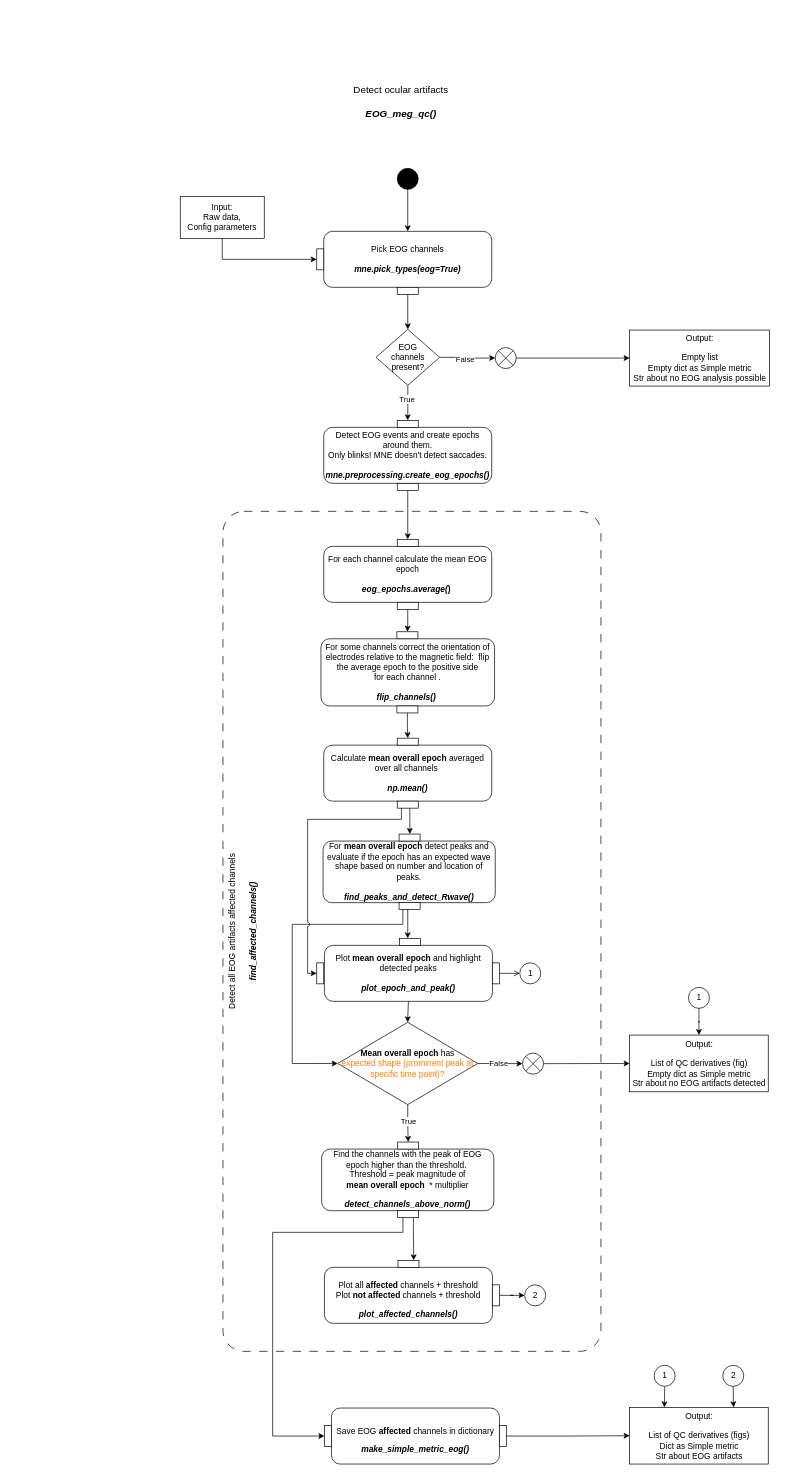
Above: diagrams/_EOG_UML2.5.drawio in oldgandalf/MEGqcJorge (draw.io), before the change. Source tidied: cells renumbered, new cells numbered last; positions are measured from the earlier drawing's top-left corner, leaving out a move shared by most shapes. Both pictures are drawn from the tidied source at 70%, with x=0, y=0 at pixel (12, 84).
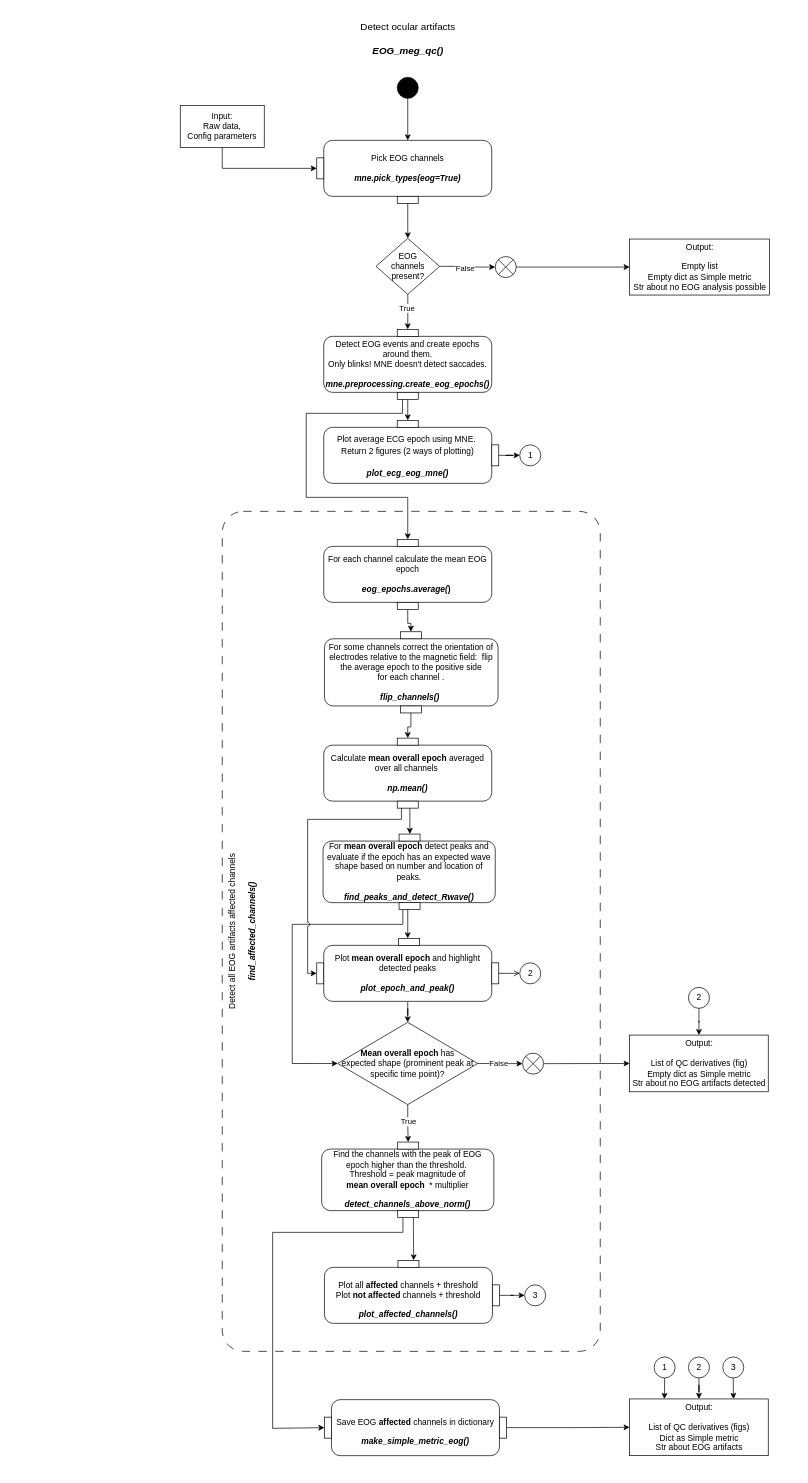
The same page after the edit.

The change refers to these unchanged cells:
```xml
<mxCell id="9" value="pinIn 2" style="fontStyle=0;labelPosition=left;verticalLabelPosition=middle;align=right;verticalAlign=middle;spacingLeft=2;fontFamily=Helvetica;fontSize=12;flipH=0;noLabel=1;" parent="7" vertex="1">
  <mxGeometry y="25" width="10" height="30" as="geometry" />
</mxCell>
<mxCell id="21" value="pinOut 2" style="fontStyle=0;labelPosition=center;verticalLabelPosition=bottom;align=center;verticalAlign=top;spacingLeft=2;fontFamily=Helvetica;fontSize=12;noLabel=1;" parent="19" vertex="1">
  <mxGeometry x="105" y="90" width="30" height="10" as="geometry" />
</mxCell>
<mxCell id="31" value="pinOut 2" style="fontStyle=0;labelPosition=center;verticalLabelPosition=bottom;align=center;verticalAlign=top;spacingLeft=2;fontFamily=Helvetica;fontSize=12;noLabel=1;" parent="29" vertex="1">
  <mxGeometry x="107.6" y="99" width="30" height="10" as="geometry" />
</mxCell>
<mxCell id="49" value="pinOut 1" style="fontStyle=0;labelPosition=right;verticalLabelPosition=middle;align=left;verticalAlign=middle;spacingLeft=2;fontFamily=Helvetica;fontSize=12;noLabel=1;" parent="44" vertex="1">
  <mxGeometry y="35" width="10" height="30" as="geometry" />
</mxCell>
<mxCell id="55" value="pinIn 1" style="fontStyle=0;labelPosition=center;verticalLabelPosition=top;align=center;verticalAlign=bottom;spacingLeft=2;fontFamily=Helvetica;fontSize=12;noLabel=1;" parent="52" vertex="1">
  <mxGeometry x="105" width="30" height="10" as="geometry" />
</mxCell>
```

What changed in the source:
```diff
@@
     <mxCell id="2" value="&lt;font style=&quot;font-size: 14px;&quot;&gt;&lt;span style=&quot;font-weight: normal;&quot;&gt;Detect ocular artifacts&lt;/span&gt;&lt;br&gt;&lt;i&gt;EOG_meg_qc()&lt;/i&gt;&lt;br&gt;&lt;/font&gt;" style="text;strokeColor=none;fillColor=none;html=1;fontSize=28;fontStyle=1;verticalAlign=middle;align=center;" parent="1" vertex="1">
-      <mxGeometry width="1110" height="40" as="geometry" />
+      <mxGeometry x="10" y="-90" width="1110" height="40" as="geometry" />
     </mxCell>
     <mxCell id="3" style="edgeStyle=orthogonalEdgeStyle;rounded=0;jettySize=auto;html=1;entryX=0;entryY=0.5;entryDx=0;entryDy=0;" parent="1" edge="1" source="4" target="9">
       <mxGeometry relative="1" as="geometry">
         <Array as="points">
-          <mxPoint x="300" y="250" />
+          <mxPoint x="300" y="120" />
         </Array>
       </mxGeometry>
     </mxCell>
     <mxCell id="4" value="Input:&lt;br style=&quot;border-color: var(--border-color);&quot;&gt;Raw data,&lt;br&gt;Config parameters" style="rounded=0;whiteSpace=wrap;html=1;" parent="1" vertex="1">
-      <mxGeometry x="240" y="160" width="120" height="60" as="geometry" />
+      <mxGeometry x="240" y="30" width="120" height="60" as="geometry" />
     </mxCell>
@@
     <mxCell id="6" style="ellipse;fillColor=strokeColor;" parent="1" vertex="1">
-      <mxGeometry x="550" y="120" width="30" height="30" as="geometry" />
+      <mxGeometry x="550" y="-10" width="30" height="30" as="geometry" />
     </mxCell>
     <mxCell id="7" style="group;flipV=1;" parent="1" vertex="1">
-      <mxGeometry x="435" y="210" width="250" height="90" as="geometry" />
+      <mxGeometry x="435" y="80" width="250" height="90" as="geometry" />
     </mxCell>
@@
     <mxCell id="15" value="EOG &lt;br&gt;channels present?" style="rhombus;whiteSpace=wrap;html=1;fontFamily=Helvetica;fontColor=#000000;" parent="1" vertex="1">
-      <mxGeometry x="519.6" y="350" width="90.9" height="80" as="geometry" />
+      <mxGeometry x="519.6" y="220" width="90.9" height="80" as="geometry" />
     </mxCell>
@@
     <mxCell id="18" style="shape=sumEllipse;perimeter=ellipsePerimeter;whiteSpace=wrap;html=1;backgroundOutline=1;" parent="1" vertex="1">
-      <mxGeometry x="690" y="376" width="30" height="30" as="geometry" />
+      <mxGeometry x="690" y="246" width="30" height="30" as="geometry" />
     </mxCell>
     <mxCell id="19" style="group;spacingLeft=5;spacingRight=2;whiteSpace=wrap;" parent="1" vertex="1">
-      <mxGeometry x="445" y="480" width="240" height="100" as="geometry" />
+      <mxGeometry x="445" y="350" width="240" height="100" as="geometry" />
     </mxCell>
@@
-    <mxCell id="27" value="&lt;b&gt;Mean overall epoch&lt;/b&gt; has &lt;br&gt;&lt;font color=&quot;#ff7d26&quot;&gt;expected&lt;/font&gt; &lt;font color=&quot;#ff8000&quot;&gt;shape (prominent peak at specific time point)?&lt;/font&gt;" style="rhombus;html=1;fontSize=12;whiteSpace=wrap;" parent="1" vertex="1">
+    <mxCell id="27" value="&lt;b&gt;Mean overall epoch&lt;/b&gt; has &lt;br&gt;expected shape (prominent peak at specific time point)?" style="rhombus;html=1;fontSize=12;whiteSpace=wrap;" parent="1" vertex="1">
       <mxGeometry x="465" y="1340" width="200" height="117.5" as="geometry" />
     </mxCell>
@@
-    <mxCell id="39" value="2" style="ellipse;html=1;" parent="1" vertex="1">
+    <mxCell id="39" value="3" style="ellipse;html=1;" parent="1" vertex="1">
       <mxGeometry x="732" y="1715" width="30" height="30" as="geometry" />
     </mxCell>
@@
     <mxCell id="41" value="Output:&lt;br&gt;&lt;br&gt;Empty list&lt;br&gt;Empty dict as Simple metric&lt;br&gt;Str about no EOG analysis possible" style="html=1;dashed=0;fontFamily=Helvetica;fontSize=12;fontColor=rgb(0, 0, 0);align=center;strokeColor=rgb(0, 0, 0);fillColor=rgb(255, 255, 255);" parent="1" vertex="1">
-      <mxGeometry x="882" y="351" width="200" height="80" as="geometry" />
+      <mxGeometry x="882" y="221" width="200" height="80" as="geometry" />
     </mxCell>
-    <mxCell id="42" style="edgeStyle=orthogonalEdgeStyle;rounded=0;jettySize=auto;html=1;" parent="1" edge="1" source="21" target="55">
-      <mxGeometry relative="1" as="geometry" />
-    </mxCell>
     <mxCell id="43" style="edgeStyle=orthogonalEdgeStyle;rounded=0;jettySize=auto;html=1;exitX=0.25;exitY=1;exitDx=0;exitDy=0;entryX=0;entryY=0.5;entryDx=0;entryDy=0;" parent="1" edge="1" source="31" target="49">
       <mxGeometry relative="1" as="geometry">
         <Array as="points">
-          <mxPoint x="559" y="1640" />
+          <mxPoint x="558" y="1640" />
           <mxPoint x="372" y="1640" />
-          <mxPoint x="372" y="1931" />
+          <mxPoint x="372" y="1920" />
         </Array>
       </mxGeometry>
     </mxCell>
     <mxCell id="44" style="group;" parent="1" vertex="1">
-      <mxGeometry x="446" y="1881" width="260" height="100" as="geometry" />
+      <mxGeometry x="446" y="1869" width="260" height="100" as="geometry" />
     </mxCell>
@@
     <mxCell id="50" value="Output:&lt;br style=&quot;border-color: var(--border-color);&quot;&gt;&lt;br style=&quot;border-color: var(--border-color);&quot;&gt;List of QC derivatives (figs)&lt;br style=&quot;border-color: var(--border-color);&quot;&gt;Dict as Simple metric&lt;br style=&quot;border-color: var(--border-color);&quot;&gt;Str about EOG artifacts" style="html=1;dashed=0;fontFamily=Helvetica;fontSize=12;fontColor=rgb(0, 0, 0);align=center;strokeColor=rgb(0, 0, 0);fillColor=rgb(255, 255, 255);" parent="1" vertex="1">
-      <mxGeometry x="882" y="1890" width="198" height="81" as="geometry" />
+      <mxGeometry x="882" y="1878" width="198" height="81" as="geometry" />
     </mxCell>
@@
     <mxCell id="56" style="group;" parent="1" vertex="1">
-      <mxGeometry x="441" y="780" width="248" height="120" as="geometry" />
+      <mxGeometry x="446" y="780" width="394" height="1040" as="geometry" />
     </mxCell>
@@
+    <mxCell id="88" value="Detect all EOG artifacts affected channels&lt;br&gt;&lt;br&gt;&lt;b&gt;&lt;i&gt;find_affected_channels()&lt;/i&gt;&lt;/b&gt;" style="html=1;align=center;verticalAlign=top;rounded=1;absoluteArcSize=1;arcSize=60;dashed=1;fontFamily=Helvetica;fontSize=12;whiteSpace=wrap;noLabel=0;imageAlign=center;horizontal=0;fillColor=none;dashPattern=12 12;" parent="56" vertex="1">
+      <mxGeometry x="-146" y="-170" width="540" height="1200" as="geometry" />
+    </mxCell>
@@
-    <mxCell id="64" value="1" style="ellipse;html=1;" parent="1" vertex="1">
+    <mxCell id="64" value="2" style="ellipse;html=1;" parent="1" vertex="1">
       <mxGeometry x="725" y="1255" width="30" height="30" as="geometry" />
     </mxCell>
@@
     <mxCell id="69" value="1" style="ellipse;html=1;" parent="1" vertex="1">
-      <mxGeometry x="917" y="1830" width="30" height="30" as="geometry" />
+      <mxGeometry x="917" y="1818" width="30" height="30" as="geometry" />
     </mxCell>
@@
-    <mxCell id="71" value="2" style="ellipse;html=1;" parent="1" vertex="1">
-      <mxGeometry x="1015" y="1830" width="30" height="30" as="geometry" />
+    <mxCell id="71" value="3" style="ellipse;html=1;" parent="1" vertex="1">
+      <mxGeometry x="1015" y="1818" width="30" height="30" as="geometry" />
     </mxCell>
@@
-    <mxCell id="75" value="1" style="ellipse;html=1;" parent="1" vertex="1">
+    <mxCell id="75" value="2" style="ellipse;html=1;" parent="1" vertex="1">
       <mxGeometry x="966" y="1290" width="30" height="30" as="geometry" />
     </mxCell>
@@
     <mxCell id="84" style="group;" parent="1" vertex="1">
-      <mxGeometry x="446" y="1220" width="395" height="590" as="geometry" />
+      <mxGeometry x="445" y="1220" width="395" height="590" as="geometry" />
     </mxCell>
@@
-    <mxCell id="88" value="Detect all EOG artifacts affected channels&lt;br&gt;&lt;br&gt;&lt;b&gt;&lt;i&gt;find_affected_channels()&lt;/i&gt;&lt;/b&gt;" style="html=1;align=center;verticalAlign=top;rounded=1;absoluteArcSize=1;arcSize=60;dashed=1;fontFamily=Helvetica;fontSize=12;whiteSpace=wrap;noLabel=0;imageAlign=center;horizontal=0;fillColor=none;dashPattern=12 12;" parent="84" vertex="1">
-      <mxGeometry x="-145" y="-610" width="540" height="1200" as="geometry" />
-    </mxCell>
+    <mxCell id="89" style="group;fontColor=#000000;flipH=1;" parent="1" vertex="1">
+      <mxGeometry x="445" y="480" width="250" height="90" as="geometry" />
+    </mxCell>
+    <mxCell id="90" value="&lt;div style=&quot;line-height: 18px;&quot;&gt;Plot average ECG epoch using MNE.&amp;nbsp;&lt;/div&gt;&lt;div style=&quot;line-height: 18px;&quot;&gt;Return 2 figures (2 ways of plotting)&lt;/div&gt;&lt;br&gt;&lt;i&gt;&lt;b&gt;plot_ecg_eog_mne()&lt;/b&gt;&lt;/i&gt;" style="html=1;align=center;verticalAlign=middle;rounded=1;absoluteArcSize=1;arcSize=25;dashed=0;fontFamily=Helvetica;fontSize=12;whiteSpace=wrap;noLabel=0;imageAlign=center;fontColor=#000000;" parent="89" vertex="1">
+      <mxGeometry y="10" width="240" height="80" as="geometry" />
+    </mxCell>
+    <mxCell id="91" value="pinIn 2" style="fontStyle=0;labelPosition=left;verticalLabelPosition=middle;align=right;verticalAlign=middle;spacingLeft=2;fontFamily=Helvetica;fontSize=12;flipH=0;noLabel=1;fontColor=#000000;" parent="89" vertex="1">
+      <mxGeometry x="240" y="35" width="10" height="30" as="geometry" />
+    </mxCell>
+    <mxCell id="92" value="pinIn 1" style="fontStyle=0;labelPosition=center;verticalLabelPosition=top;align=center;verticalAlign=bottom;spacingLeft=2;fontFamily=Helvetica;fontSize=12;noLabel=1;fontColor=#000000;" parent="89" vertex="1">
+      <mxGeometry x="105" width="30" height="10" as="geometry" />
+    </mxCell>
+    <mxCell id="93" style="edgeStyle=orthogonalEdgeStyle;rounded=0;jettySize=auto;html=1;exitX=0.5;exitY=1;exitDx=0;exitDy=0;entryX=0.5;entryY=0;entryDx=0;entryDy=0;fontColor=#000000;" parent="1" edge="1" source="21" target="92">
+      <mxGeometry relative="1" as="geometry" />
+    </mxCell>
+    <mxCell id="42" style="edgeStyle=orthogonalEdgeStyle;rounded=0;jettySize=auto;html=1;exitX=0.25;exitY=1;exitDx=0;exitDy=0;entryX=0.5;entryY=0;entryDx=0;entryDy=0;fontColor=#000000;" parent="1" edge="1" source="21" target="55">
+      <mxGeometry relative="1" as="geometry">
+        <Array as="points">
+          <mxPoint x="558" y="470" />
+          <mxPoint x="420" y="470" />
+          <mxPoint x="420" y="590" />
+          <mxPoint x="565" y="590" />
+        </Array>
+      </mxGeometry>
+    </mxCell>
+    <mxCell id="94" style="edgeStyle=orthogonalEdgeStyle;rounded=0;jettySize=auto;html=1;fontColor=#000000;" parent="1" edge="1" source="95" target="50">
+      <mxGeometry relative="1" as="geometry" />
+    </mxCell>
+    <mxCell id="95" value="2" style="ellipse;html=1;" parent="1" vertex="1">
+      <mxGeometry x="966" y="1818" width="30" height="30" as="geometry" />
+    </mxCell>
+    <mxCell id="96" value="1" style="ellipse;html=1;" parent="1" vertex="1">
+      <mxGeometry x="725" y="515" width="30" height="30" as="geometry" />
+    </mxCell>
+    <mxCell id="97" style="edgeStyle=orthogonalEdgeStyle;rounded=0;jettySize=auto;html=1;fontColor=#000000;" parent="1" edge="1" source="91" target="96">
+      <mxGeometry relative="1" as="geometry" />
+    </mxCell>
```
